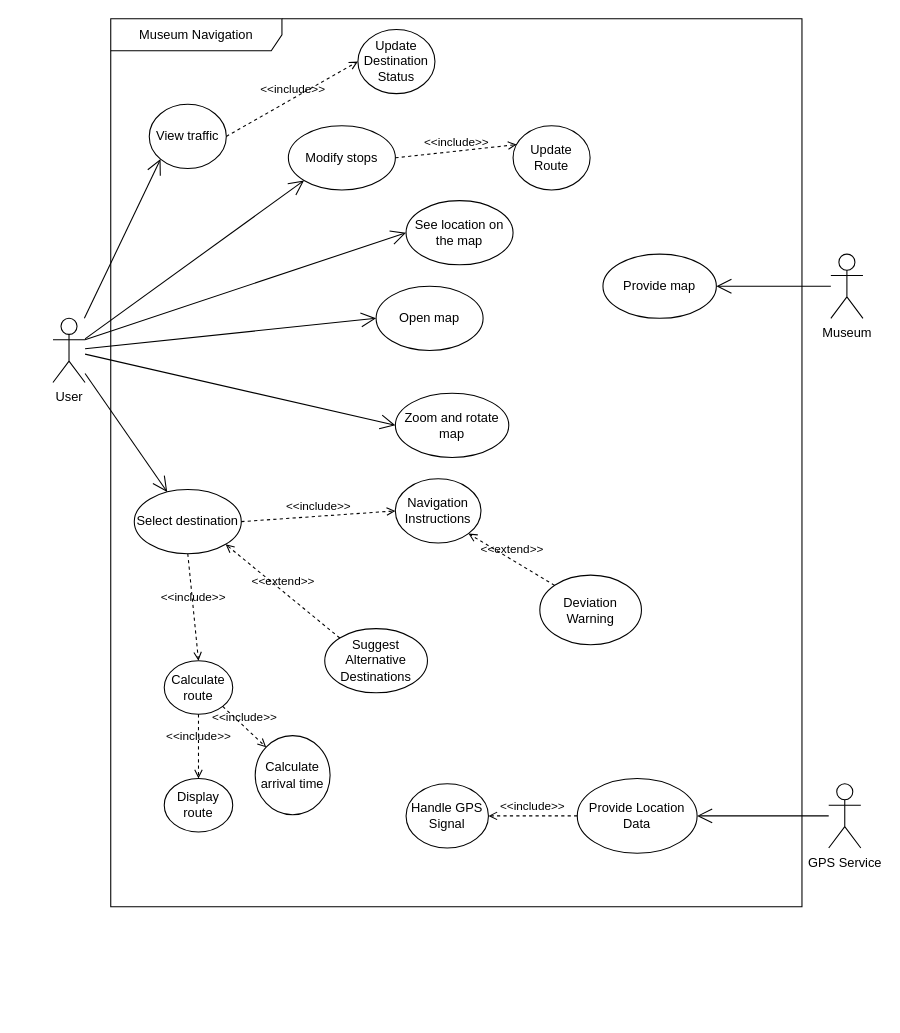
gsklaven/MusePath keeps this draw.io diagram as Use Case Diagrams/Calculate-and-Display-Route.drawio. Above is the earlier version. Source tidied: cells renumbered, new cells numbered last; positions are measured from the earlier drawing's top-left corner, leaving out a move shared by most shapes. Both pictures are drawn from the tidied source at 107%, with x=0, y=0 at pixel (52, 18).
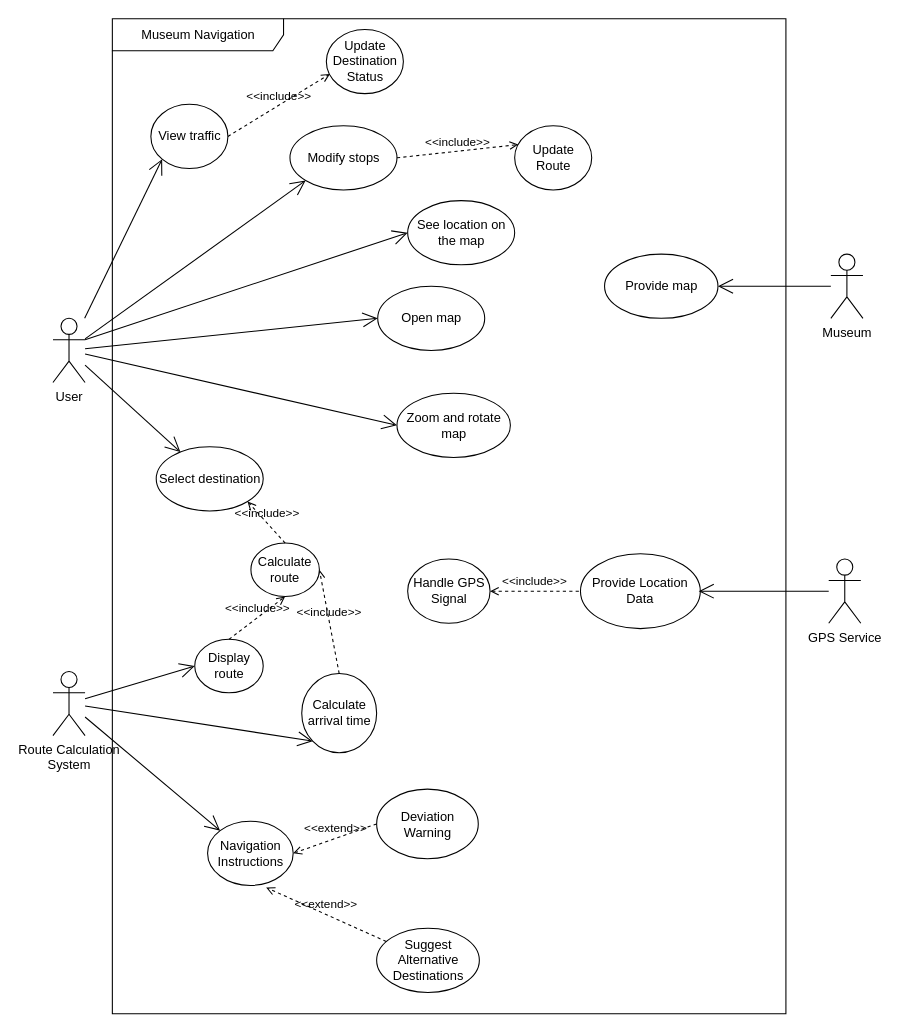
After the change.

Commit message (it also covers changes not shown here):
fix route diagram

Unchanged cells that the change refers to:
```xml
<mxCell id="15" value="View traffic" style="ellipse;whiteSpace=wrap;html=1;" parent="2" vertex="1">
  <mxGeometry x="36" y="80" width="72" height="60" as="geometry" />
</mxCell>
```

Change to the diagram source:
```diff
@@
     <mxCell id="2" value="&lt;div&gt;Museum Navigation&lt;/div&gt;" style="shape=umlFrame;whiteSpace=wrap;html=1;width=160;" parent="1" vertex="1">
-      <mxGeometry x="54" width="646" height="830" as="geometry" />
+      <mxGeometry x="55.5" width="629.5" height="930" as="geometry" />
     </mxCell>
@@
     <mxCell id="5" value="Select destination" style="ellipse;whiteSpace=wrap;html=1;" parent="2" vertex="1">
-      <mxGeometry x="22" y="440" width="100" height="60" as="geometry" />
+      <mxGeometry x="41" y="400" width="100" height="60" as="geometry" />
     </mxCell>
@@
-    <mxCell id="8" value="Calculate arrival time" style="ellipse;whiteSpace=wrap;html=1;direction=south;" parent="2" vertex="1">
-      <mxGeometry x="135" y="670" width="70" height="74" as="geometry" />
-    </mxCell>
-    <mxCell id="9" value="Calculate route" style="ellipse;whiteSpace=wrap;html=1;" parent="2" vertex="1">
-      <mxGeometry x="50" y="600" width="64" height="50" as="geometry" />
-    </mxCell>
     <mxCell id="10" value="Navigation Instructions" style="ellipse;whiteSpace=wrap;html=1;" parent="2" vertex="1">
-      <mxGeometry x="266" y="430" width="80" height="60" as="geometry" />
+      <mxGeometry x="89" y="750" width="80" height="60" as="geometry" />
     </mxCell>
@@
     <mxCell id="12" value="Update&lt;div&gt;Destination&lt;br&gt;&lt;div&gt;Status&lt;/div&gt;&lt;/div&gt;" style="ellipse;whiteSpace=wrap;html=1;" parent="2" vertex="1">
-      <mxGeometry x="231" y="10" width="72" height="60" as="geometry" />
+      <mxGeometry x="200" y="10" width="72" height="60" as="geometry" />
     </mxCell>
     <mxCell id="13" value="Suggest Alternative Destinations" style="ellipse;whiteSpace=wrap;html=1;" parent="2" vertex="1">
-      <mxGeometry x="200" y="570" width="96" height="60" as="geometry" />
+      <mxGeometry x="247" y="850" width="96" height="60" as="geometry" />
     </mxCell>
     <mxCell id="14" value="Deviation&lt;div&gt;Warning&lt;/div&gt;" style="ellipse;whiteSpace=wrap;html=1;" parent="2" vertex="1">
-      <mxGeometry x="401" y="520" width="95" height="65" as="geometry" />
+      <mxGeometry x="247" y="720" width="95" height="65" as="geometry" />
     </mxCell>
@@
-    <mxCell id="16" value="Display&lt;div&gt;route&lt;/div&gt;" style="ellipse;whiteSpace=wrap;html=1;" parent="2" vertex="1">
-      <mxGeometry x="50" y="710" width="64" height="50" as="geometry" />
-    </mxCell>
@@
-    <mxCell id="18" value="&amp;lt;&amp;lt;include&amp;gt;&amp;gt;" style="html=1;verticalAlign=bottom;labelBackgroundColor=none;endArrow=open;endFill=0;dashed=1;rounded=0;entryX=0;entryY=1;entryDx=0;entryDy=0;exitX=1;exitY=1;exitDx=0;exitDy=0;" parent="2" edge="1" source="9" target="8">
-      <mxGeometry relative="1" as="geometry" />
-    </mxCell>
-    <mxCell id="19" value="&amp;lt;&amp;lt;include&amp;gt;&amp;gt;" style="html=1;verticalAlign=bottom;labelBackgroundColor=none;endArrow=open;endFill=0;dashed=1;rounded=0;entryX=0.5;entryY=0;entryDx=0;entryDy=0;exitX=0.5;exitY=1;exitDx=0;exitDy=0;" parent="2" edge="1" source="9" target="16">
-      <mxGeometry relative="1" as="geometry" />
-    </mxCell>
-    <mxCell id="20" value="&amp;lt;&amp;lt;extend&amp;gt;&amp;gt;" style="html=1;verticalAlign=bottom;labelBackgroundColor=none;endArrow=open;endFill=0;dashed=1;rounded=0;entryX=1;entryY=1;entryDx=0;entryDy=0;exitX=0;exitY=0;exitDx=0;exitDy=0;" parent="2" edge="1" source="14" target="10">
+    <mxCell id="20" value="&amp;lt;&amp;lt;extend&amp;gt;&amp;gt;" style="html=1;verticalAlign=bottom;labelBackgroundColor=none;endArrow=open;endFill=0;dashed=1;rounded=0;entryX=1;entryY=0.5;entryDx=0;entryDy=0;exitX=0;exitY=0.5;exitDx=0;exitDy=0;" parent="2" edge="1" source="14" target="10">
       <mxGeometry relative="1" as="geometry" />
     </mxCell>
@@
-    <mxCell id="22" value="&amp;lt;&amp;lt;include&amp;gt;&amp;gt;" style="html=1;verticalAlign=bottom;labelBackgroundColor=none;endArrow=open;endFill=0;dashed=1;rounded=0;entryX=0;entryY=0.5;entryDx=0;entryDy=0;exitX=1;exitY=0.5;exitDx=0;exitDy=0;" parent="2" edge="1" source="15" target="12">
+    <mxCell id="22" value="&amp;lt;&amp;lt;include&amp;gt;&amp;gt;" style="html=1;verticalAlign=bottom;labelBackgroundColor=none;endArrow=open;endFill=0;dashed=1;rounded=0;entryX=0.047;entryY=0.693;entryDx=0;entryDy=0;exitX=1;exitY=0.5;exitDx=0;exitDy=0;entryPerimeter=0;" parent="2" edge="1" source="15" target="12">
       <mxGeometry relative="1" as="geometry" />
     </mxCell>
+    <mxCell id="27" value="Provide Location Data" style="ellipse;whiteSpace=wrap;html=1;" parent="2" vertex="1">
+      <mxGeometry x="437.5" y="500" width="112" height="70" as="geometry" />
+    </mxCell>
-    <mxCell id="23" value="&amp;lt;&amp;lt;extend&amp;gt;&amp;gt;" style="html=1;verticalAlign=bottom;labelBackgroundColor=none;endArrow=open;endFill=0;dashed=1;rounded=0;entryX=1;entryY=1;entryDx=0;entryDy=0;exitX=0;exitY=0;exitDx=0;exitDy=0;" parent="2" edge="1" source="13" target="5">
+    <mxCell id="23" value="&amp;lt;&amp;lt;extend&amp;gt;&amp;gt;" style="html=1;verticalAlign=bottom;labelBackgroundColor=none;endArrow=open;endFill=0;dashed=1;rounded=0;entryX=0.684;entryY=1.033;entryDx=0;entryDy=0;entryPerimeter=0;" parent="2" edge="1" source="13" target="10">
       <mxGeometry relative="1" as="geometry" />
     </mxCell>
-    <mxCell id="24" value="&amp;lt;&amp;lt;include&amp;gt;&amp;gt;" style="html=1;verticalAlign=bottom;labelBackgroundColor=none;endArrow=open;endFill=0;dashed=1;rounded=0;exitX=0.5;exitY=1;exitDx=0;exitDy=0;entryX=0.5;entryY=0;entryDx=0;entryDy=0;" parent="2" edge="1" source="5" target="9">
-      <mxGeometry relative="1" as="geometry" />
-    </mxCell>
-    <mxCell id="25" value="&amp;lt;&amp;lt;include&amp;gt;&amp;gt;" style="html=1;verticalAlign=bottom;labelBackgroundColor=none;endArrow=open;endFill=0;dashed=1;rounded=0;entryX=0;entryY=0.5;entryDx=0;entryDy=0;exitX=1;exitY=0.5;exitDx=0;exitDy=0;" parent="2" edge="1" source="5" target="10">
-      <mxGeometry relative="1" as="geometry" />
-    </mxCell>
     <mxCell id="26" value="Handle GPS Signal" style="ellipse;whiteSpace=wrap;html=1;" parent="2" vertex="1">
-      <mxGeometry x="276" y="715" width="77" height="60" as="geometry" />
+      <mxGeometry x="276" y="505" width="77" height="60" as="geometry" />
     </mxCell>
-    <mxCell id="27" value="Provide Location Data" style="ellipse;whiteSpace=wrap;html=1;" parent="2" vertex="1">
-      <mxGeometry x="436" y="710" width="112" height="70" as="geometry" />
-    </mxCell>
-    <mxCell id="28" value="&amp;lt;&amp;lt;include&amp;gt;&amp;gt;" style="html=1;verticalAlign=bottom;labelBackgroundColor=none;endArrow=open;endFill=0;dashed=1;rounded=0;exitX=0;exitY=0.5;exitDx=0;exitDy=0;entryX=1;entryY=0.5;entryDx=0;entryDy=0;" parent="2" edge="1" source="27" target="26">
-      <mxGeometry relative="1" as="geometry" />
+    <mxCell id="28" value="&amp;lt;&amp;lt;include&amp;gt;&amp;gt;" style="html=1;verticalAlign=bottom;labelBackgroundColor=none;endArrow=open;endFill=0;dashed=1;rounded=0;exitX=0;exitY=0.5;exitDx=0;exitDy=0;entryX=1;entryY=0.5;entryDx=0;entryDy=0;" parent="2" edge="1" target="26">
+      <mxGeometry relative="1" as="geometry">
+        <mxPoint x="436" y="535" as="sourcePoint" />
+      </mxGeometry>
     </mxCell>
+    <mxCell id="38" value="GPS Service" style="shape=umlActor;verticalLabelPosition=bottom;verticalAlign=top;html=1;" parent="2" vertex="1">
+      <mxGeometry x="669.5" y="505" width="30" height="60" as="geometry" />
+    </mxCell>
+    <mxCell id="39" style="endArrow=open;endFill=1;endSize=12;html=1;rounded=0;entryX=1;entryY=0.5;entryDx=0;entryDy=0;" parent="2" edge="1" source="38">
+      <mxGeometry relative="1" as="geometry">
+        <mxPoint x="548" y="535" as="targetPoint" />
+      </mxGeometry>
+    </mxCell>
+    <mxCell id="8" value="Calculate arrival time" style="ellipse;whiteSpace=wrap;html=1;direction=south;" parent="2" vertex="1">
+      <mxGeometry x="177" y="612" width="70" height="74" as="geometry" />
+    </mxCell>
+    <mxCell id="16" value="Display&lt;div&gt;route&lt;/div&gt;" style="ellipse;whiteSpace=wrap;html=1;" parent="2" vertex="1">
+      <mxGeometry x="77" y="580" width="64" height="50" as="geometry" />
+    </mxCell>
+    <mxCell id="40" value="&amp;lt;&amp;lt;include&amp;gt;&amp;gt;" style="html=1;verticalAlign=bottom;labelBackgroundColor=none;endArrow=open;endFill=0;dashed=1;rounded=0;exitX=0;exitY=0.5;exitDx=0;exitDy=0;entryX=1;entryY=0.5;entryDx=0;entryDy=0;" parent="2" edge="1" source="8" target="9">
+      <mxGeometry x="-0.01" relative="1" as="geometry" />
+    </mxCell>
+    <mxCell id="41" value="&amp;lt;&amp;lt;include&amp;gt;&amp;gt;" style="html=1;verticalAlign=bottom;labelBackgroundColor=none;endArrow=open;endFill=0;dashed=1;rounded=0;exitX=0.5;exitY=0;exitDx=0;exitDy=0;entryX=0.5;entryY=1;entryDx=0;entryDy=0;" parent="2" edge="1" source="16" target="9">
+      <mxGeometry relative="1" as="geometry" />
+    </mxCell>
+    <mxCell id="9" value="Calculate route" style="ellipse;whiteSpace=wrap;html=1;" parent="2" vertex="1">
+      <mxGeometry x="129.5" y="490" width="64" height="50" as="geometry" />
+    </mxCell>
+    <mxCell id="42" value="&amp;lt;&amp;lt;include&amp;gt;&amp;gt;" style="html=1;verticalAlign=bottom;labelBackgroundColor=none;endArrow=open;endFill=0;dashed=1;rounded=0;exitX=0.5;exitY=0;exitDx=0;exitDy=0;entryX=1;entryY=1;entryDx=0;entryDy=0;" parent="2" edge="1" source="9" target="5">
+      <mxGeometry x="-0.01" relative="1" as="geometry" />
+    </mxCell>
@@
-    <mxCell id="38" value="GPS Service" style="shape=umlActor;verticalLabelPosition=bottom;verticalAlign=top;html=1;" parent="1" vertex="1">
-      <mxGeometry x="725" y="715" width="30" height="60" as="geometry" />
-    </mxCell>
-    <mxCell id="39" style="endArrow=open;endFill=1;endSize=12;html=1;rounded=0;entryX=1;entryY=0.5;entryDx=0;entryDy=0;" parent="1" edge="1" source="38" target="27">
-      <mxGeometry relative="1" as="geometry" />
-    </mxCell>
+    <mxCell id="43" value="Route Calculation&lt;div&gt;System&lt;/div&gt;" style="shape=umlActor;verticalLabelPosition=bottom;verticalAlign=top;html=1;" parent="1" vertex="1">
+      <mxGeometry y="610" width="30" height="60" as="geometry" />
+    </mxCell>
+    <mxCell id="44" style="endArrow=open;endFill=1;endSize=12;html=1;rounded=0;entryX=0;entryY=0;entryDx=0;entryDy=0;" parent="1" edge="1" source="43" target="10">
+      <mxGeometry relative="1" as="geometry" />
+    </mxCell>
+    <mxCell id="45" style="endArrow=open;endFill=1;endSize=12;html=1;rounded=0;entryX=1;entryY=1;entryDx=0;entryDy=0;" parent="1" edge="1" source="43" target="8">
+      <mxGeometry relative="1" as="geometry" />
+    </mxCell>
+    <mxCell id="46" style="endArrow=open;endFill=1;endSize=12;html=1;rounded=0;entryX=0;entryY=0.5;entryDx=0;entryDy=0;" parent="1" edge="1" source="43" target="16">
+      <mxGeometry relative="1" as="geometry" />
+    </mxCell>
```
